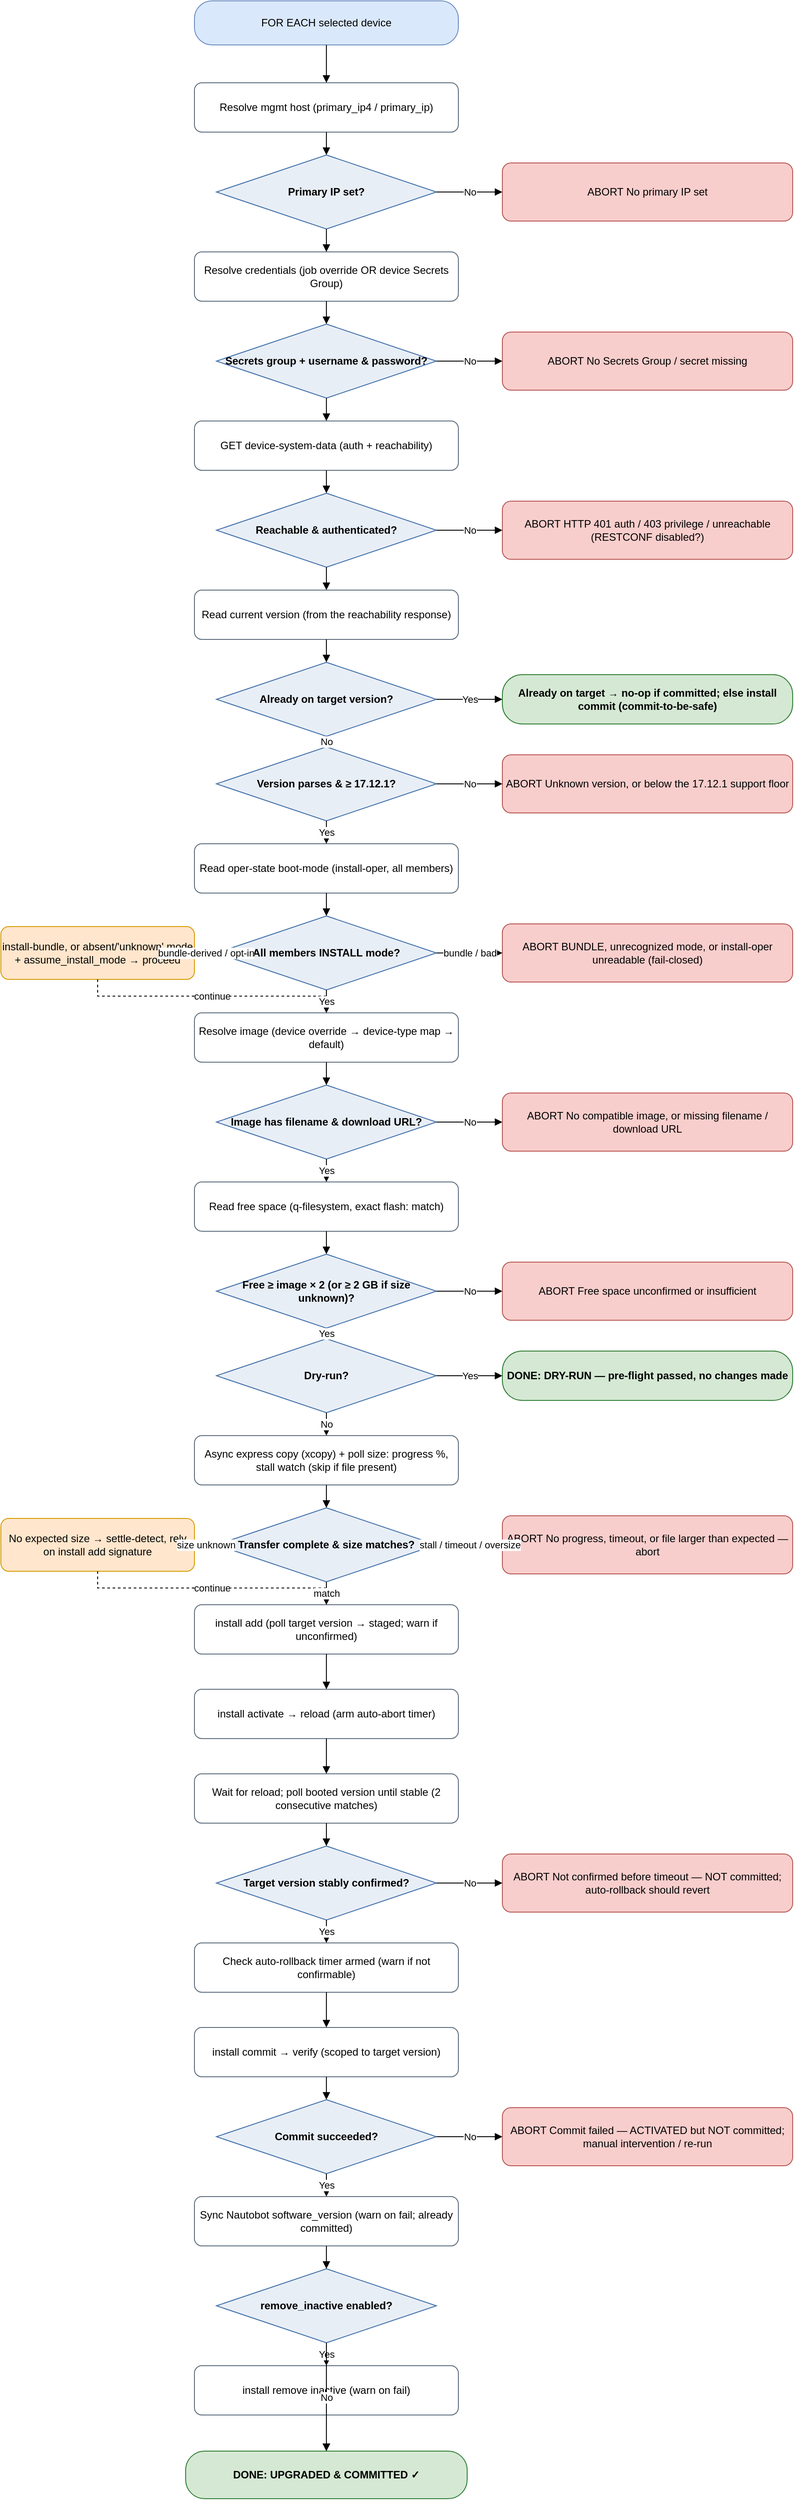
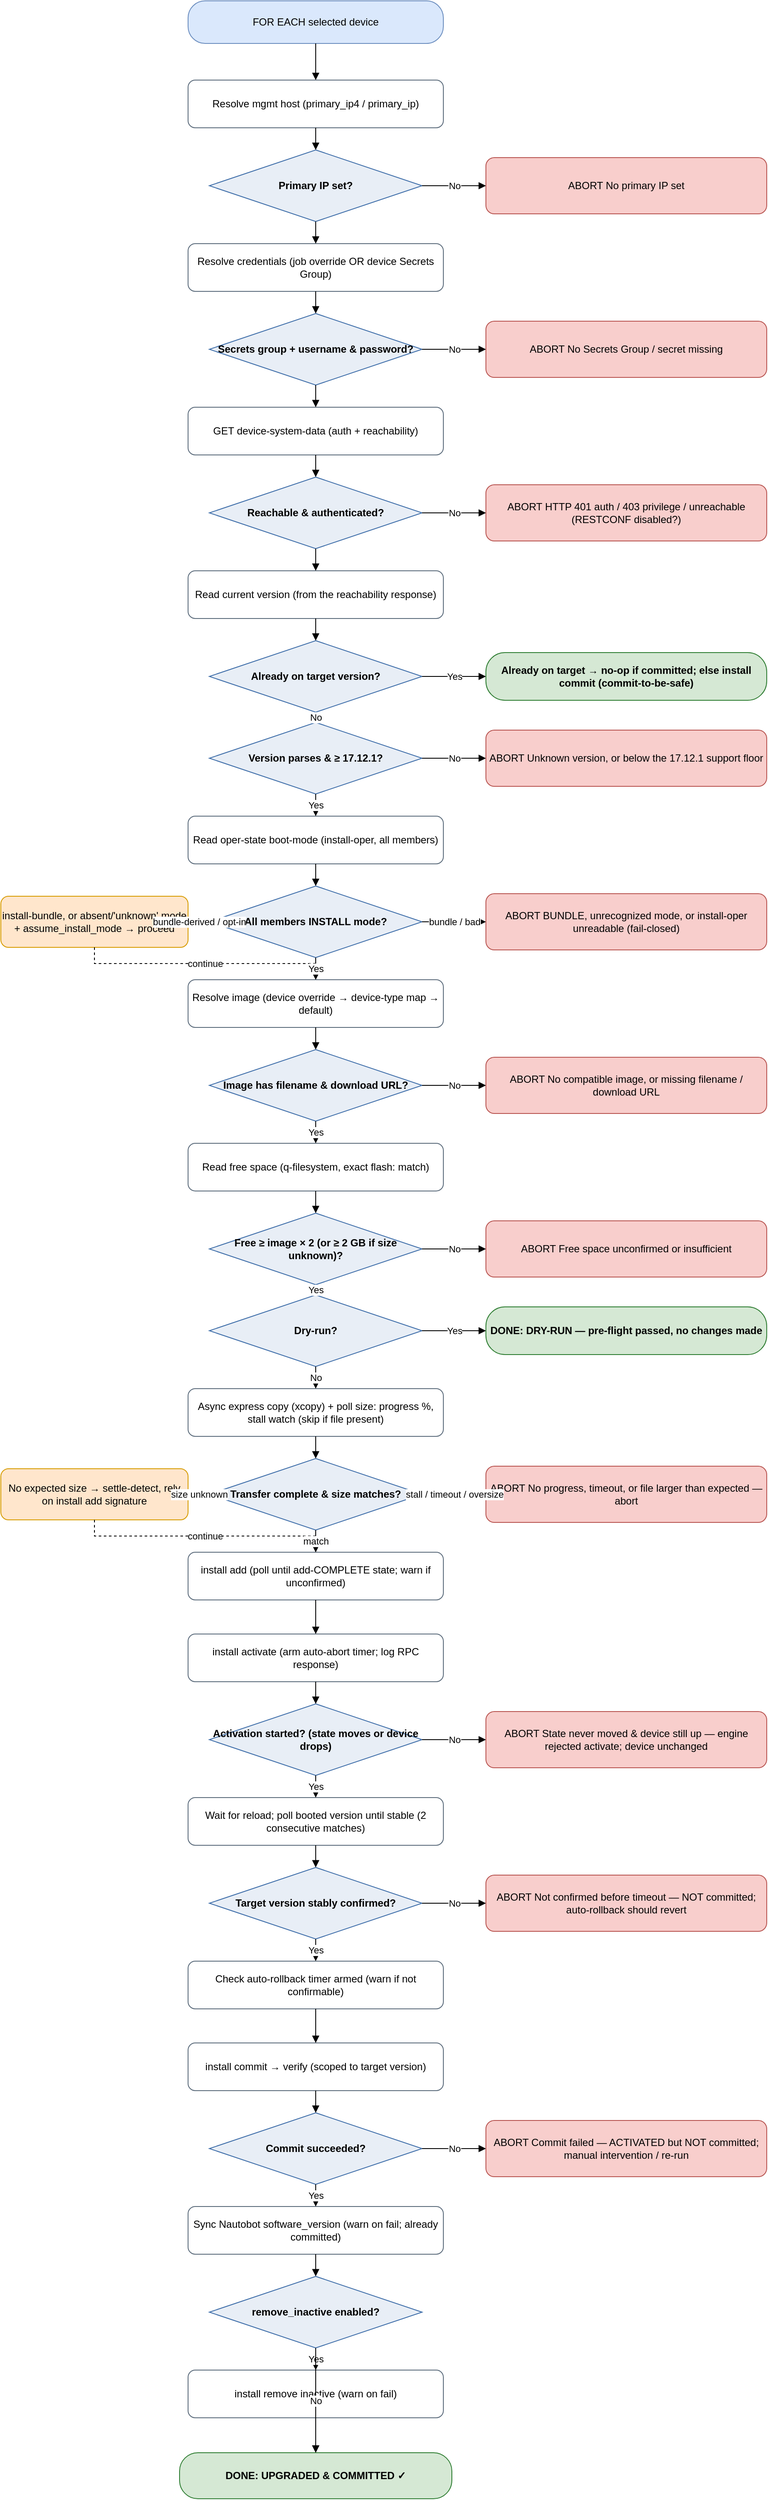
<mxfile host="app.diagrams.net" type="device">
  <diagram name="IOS-XE upgrade flow" id="iosxe-upgrade-flow">
    <mxGraphModel dx="1000" dy="2000" grid="1" gridSize="10" guides="1" tooltips="1"
        connect="1" arrows="1" fold="1" page="1" pageScale="1" math="0" shadow="0">
      <root>
        <mxCell id="0"/>
        <mxCell id="1" parent="0"/>
        <mxCell id="start" value="FOR EACH selected device" style="rounded=1;arcSize=40;whiteSpace=wrap;html=1;fillColor=#DAE8FC;strokeColor=#6C8EBF;" vertex="1" parent="1"><mxGeometry x="250" y="31" width="300" height="50" as="geometry"/></mxCell>
        <mxCell id="host" value="Resolve mgmt host&amp;#10;(primary_ip4 / primary_ip)" style="rounded=1;whiteSpace=wrap;html=1;fillColor=#FFFFFF;strokeColor=#5B6B7B;" vertex="1" parent="1"><mxGeometry x="250" y="124" width="300" height="56" as="geometry"/></mxCell>
        <mxCell id="d_ip" value="Primary IP set?" style="rhombus;whiteSpace=wrap;html=1;fillColor=#E8EEF6;strokeColor=#3C6CA8;fontStyle=1;" vertex="1" parent="1"><mxGeometry x="275" y="206" width="250" height="84" as="geometry"/></mxCell>
        <mxCell id="cred" value="Resolve credentials&amp;#10;(job override OR device Secrets Group)" style="rounded=1;whiteSpace=wrap;html=1;fillColor=#FFFFFF;strokeColor=#5B6B7B;" vertex="1" parent="1"><mxGeometry x="250" y="316" width="300" height="56" as="geometry"/></mxCell>
        <mxCell id="d_cred" value="Secrets group +&amp;#10;username &amp; password?" style="rhombus;whiteSpace=wrap;html=1;fillColor=#E8EEF6;strokeColor=#3C6CA8;fontStyle=1;" vertex="1" parent="1"><mxGeometry x="275" y="398" width="250" height="84" as="geometry"/></mxCell>
        <mxCell id="reach" value="GET device-system-data&amp;#10;(auth + reachability)" style="rounded=1;whiteSpace=wrap;html=1;fillColor=#FFFFFF;strokeColor=#5B6B7B;" vertex="1" parent="1"><mxGeometry x="250" y="508" width="300" height="56" as="geometry"/></mxCell>
        <mxCell id="d_reach" value="Reachable &amp;&amp;#10;authenticated?" style="rhombus;whiteSpace=wrap;html=1;fillColor=#E8EEF6;strokeColor=#3C6CA8;fontStyle=1;" vertex="1" parent="1"><mxGeometry x="275" y="590" width="250" height="84" as="geometry"/></mxCell>
        <mxCell id="curr" value="Read current version&amp;#10;(from the reachability response)" style="rounded=1;whiteSpace=wrap;html=1;fillColor=#FFFFFF;strokeColor=#5B6B7B;" vertex="1" parent="1"><mxGeometry x="250" y="700" width="300" height="56" as="geometry"/></mxCell>
        <mxCell id="d_target" value="Already on&amp;#10;target version?" style="rhombus;whiteSpace=wrap;html=1;fillColor=#E8EEF6;strokeColor=#3C6CA8;fontStyle=1;" vertex="1" parent="1"><mxGeometry x="275" y="782" width="250" height="84" as="geometry"/></mxCell>
        <mxCell id="d_floor" value="Version parses&amp;#10;&amp; ≥ 17.12.1?" style="rhombus;whiteSpace=wrap;html=1;fillColor=#E8EEF6;strokeColor=#3C6CA8;fontStyle=1;" vertex="1" parent="1"><mxGeometry x="275" y="878" width="250" height="84" as="geometry"/></mxCell>
        <mxCell id="mode" value="Read oper-state boot-mode&amp;#10;(install-oper, all members)" style="rounded=1;whiteSpace=wrap;html=1;fillColor=#FFFFFF;strokeColor=#5B6B7B;" vertex="1" parent="1"><mxGeometry x="250" y="988" width="300" height="56" as="geometry"/></mxCell>
        <mxCell id="d_mode" value="All members&amp;#10;INSTALL mode?" style="rhombus;whiteSpace=wrap;html=1;fillColor=#E8EEF6;strokeColor=#3C6CA8;fontStyle=1;" vertex="1" parent="1"><mxGeometry x="275" y="1070" width="250" height="84" as="geometry"/></mxCell>
        <mxCell id="img" value="Resolve image (device override →&amp;#10;device-type map → default)" style="rounded=1;whiteSpace=wrap;html=1;fillColor=#FFFFFF;strokeColor=#5B6B7B;" vertex="1" parent="1"><mxGeometry x="250" y="1180" width="300" height="56" as="geometry"/></mxCell>
        <mxCell id="d_img" value="Image has filename&amp;#10;&amp; download URL?" style="rhombus;whiteSpace=wrap;html=1;fillColor=#E8EEF6;strokeColor=#3C6CA8;fontStyle=1;" vertex="1" parent="1"><mxGeometry x="275" y="1262" width="250" height="84" as="geometry"/></mxCell>
        <mxCell id="space" value="Read free space&amp;#10;(q-filesystem, exact flash: match)" style="rounded=1;whiteSpace=wrap;html=1;fillColor=#FFFFFF;strokeColor=#5B6B7B;" vertex="1" parent="1"><mxGeometry x="250" y="1372" width="300" height="56" as="geometry"/></mxCell>
        <mxCell id="d_space" value="Free ≥ image × 2&amp;#10;(or ≥ 2 GB if size unknown)?" style="rhombus;whiteSpace=wrap;html=1;fillColor=#E8EEF6;strokeColor=#3C6CA8;fontStyle=1;" vertex="1" parent="1"><mxGeometry x="275" y="1454" width="250" height="84" as="geometry"/></mxCell>
        <mxCell id="d_dry" value="Dry-run?" style="rhombus;whiteSpace=wrap;html=1;fillColor=#E8EEF6;strokeColor=#3C6CA8;fontStyle=1;" vertex="1" parent="1"><mxGeometry x="275" y="1550" width="250" height="84" as="geometry"/></mxCell>
        <mxCell id="copy" value="Async express copy (xcopy) + poll size:&amp;#10;progress %, stall watch (skip if file present)" style="rounded=1;whiteSpace=wrap;html=1;fillColor=#FFFFFF;strokeColor=#5B6B7B;" vertex="1" parent="1"><mxGeometry x="250" y="1660" width="300" height="56" as="geometry"/></mxCell>
        <mxCell id="d_size" value="Transfer complete&amp;#10;&amp; size matches?" style="rhombus;whiteSpace=wrap;html=1;fillColor=#E8EEF6;strokeColor=#3C6CA8;fontStyle=1;" vertex="1" parent="1"><mxGeometry x="275" y="1742" width="250" height="84" as="geometry"/></mxCell>
-         <mxCell id="add" value="install add (poll target version&amp;#10;→ staged; warn if unconfirmed)" style="rounded=1;whiteSpace=wrap;html=1;fillColor=#FFFFFF;strokeColor=#5B6B7B;" vertex="1" parent="1"><mxGeometry x="250" y="1852" width="300" height="56" as="geometry"/></mxCell>
-         <mxCell id="act" value="install activate → reload&amp;#10;(arm auto-abort timer)" style="rounded=1;whiteSpace=wrap;html=1;fillColor=#FFFFFF;strokeColor=#5B6B7B;" vertex="1" parent="1"><mxGeometry x="250" y="1948" width="300" height="56" as="geometry"/></mxCell>
-         <mxCell id="waitc" value="Wait for reload; poll booted version&amp;#10;until stable (2 consecutive matches)" style="rounded=1;whiteSpace=wrap;html=1;fillColor=#FFFFFF;strokeColor=#5B6B7B;" vertex="1" parent="1"><mxGeometry x="250" y="2044" width="300" height="56" as="geometry"/></mxCell>
-         <mxCell id="d_confirm" value="Target version&amp;#10;stably confirmed?" style="rhombus;whiteSpace=wrap;html=1;fillColor=#E8EEF6;strokeColor=#3C6CA8;fontStyle=1;" vertex="1" parent="1"><mxGeometry x="275" y="2126" width="250" height="84" as="geometry"/></mxCell>
-         <mxCell id="rollbackchk" value="Check auto-rollback timer armed&amp;#10;(warn if not confirmable)" style="rounded=1;whiteSpace=wrap;html=1;fillColor=#FFFFFF;strokeColor=#5B6B7B;" vertex="1" parent="1"><mxGeometry x="250" y="2236" width="300" height="56" as="geometry"/></mxCell>
-         <mxCell id="commit" value="install commit → verify&amp;#10;(scoped to target version)" style="rounded=1;whiteSpace=wrap;html=1;fillColor=#FFFFFF;strokeColor=#5B6B7B;" vertex="1" parent="1"><mxGeometry x="250" y="2332" width="300" height="56" as="geometry"/></mxCell>
-         <mxCell id="d_commit" value="Commit&amp;#10;succeeded?" style="rhombus;whiteSpace=wrap;html=1;fillColor=#E8EEF6;strokeColor=#3C6CA8;fontStyle=1;" vertex="1" parent="1"><mxGeometry x="275" y="2414" width="250" height="84" as="geometry"/></mxCell>
-         <mxCell id="sync" value="Sync Nautobot software_version&amp;#10;(warn on fail; already committed)" style="rounded=1;whiteSpace=wrap;html=1;fillColor=#FFFFFF;strokeColor=#5B6B7B;" vertex="1" parent="1"><mxGeometry x="250" y="2524" width="300" height="56" as="geometry"/></mxCell>
-         <mxCell id="d_remove" value="remove_inactive&amp;#10;enabled?" style="rhombus;whiteSpace=wrap;html=1;fillColor=#E8EEF6;strokeColor=#3C6CA8;fontStyle=1;" vertex="1" parent="1"><mxGeometry x="275" y="2606" width="250" height="84" as="geometry"/></mxCell>
-         <mxCell id="remove" value="install remove inactive&amp;#10;(warn on fail)" style="rounded=1;whiteSpace=wrap;html=1;fillColor=#FFFFFF;strokeColor=#5B6B7B;" vertex="1" parent="1"><mxGeometry x="250" y="2716" width="300" height="56" as="geometry"/></mxCell>
-         <mxCell id="ok" value="DONE: UPGRADED &amp; COMMITTED ✓" style="rounded=1;arcSize=40;whiteSpace=wrap;html=1;fillColor=#D5E8D4;strokeColor=#2E7D32;fontStyle=1;" vertex="1" parent="1"><mxGeometry x="240" y="2813" width="320" height="54" as="geometry"/></mxCell>
+         <mxCell id="add" value="install add (poll until add-COMPLETE&amp;#10;state; warn if unconfirmed)" style="rounded=1;whiteSpace=wrap;html=1;fillColor=#FFFFFF;strokeColor=#5B6B7B;" vertex="1" parent="1"><mxGeometry x="250" y="1852" width="300" height="56" as="geometry"/></mxCell>
+         <mxCell id="act" value="install activate (arm auto-abort&amp;#10;timer; log RPC response)" style="rounded=1;whiteSpace=wrap;html=1;fillColor=#FFFFFF;strokeColor=#5B6B7B;" vertex="1" parent="1"><mxGeometry x="250" y="1948" width="300" height="56" as="geometry"/></mxCell>
+         <mxCell id="d_act" value="Activation started?&amp;#10;(state moves or device drops)" style="rhombus;whiteSpace=wrap;html=1;fillColor=#E8EEF6;strokeColor=#3C6CA8;fontStyle=1;" vertex="1" parent="1"><mxGeometry x="275" y="2030" width="250" height="84" as="geometry"/></mxCell>
+         <mxCell id="waitc" value="Wait for reload; poll booted version&amp;#10;until stable (2 consecutive matches)" style="rounded=1;whiteSpace=wrap;html=1;fillColor=#FFFFFF;strokeColor=#5B6B7B;" vertex="1" parent="1"><mxGeometry x="250" y="2140" width="300" height="56" as="geometry"/></mxCell>
+         <mxCell id="d_confirm" value="Target version&amp;#10;stably confirmed?" style="rhombus;whiteSpace=wrap;html=1;fillColor=#E8EEF6;strokeColor=#3C6CA8;fontStyle=1;" vertex="1" parent="1"><mxGeometry x="275" y="2222" width="250" height="84" as="geometry"/></mxCell>
+         <mxCell id="rollbackchk" value="Check auto-rollback timer armed&amp;#10;(warn if not confirmable)" style="rounded=1;whiteSpace=wrap;html=1;fillColor=#FFFFFF;strokeColor=#5B6B7B;" vertex="1" parent="1"><mxGeometry x="250" y="2332" width="300" height="56" as="geometry"/></mxCell>
+         <mxCell id="commit" value="install commit → verify&amp;#10;(scoped to target version)" style="rounded=1;whiteSpace=wrap;html=1;fillColor=#FFFFFF;strokeColor=#5B6B7B;" vertex="1" parent="1"><mxGeometry x="250" y="2428" width="300" height="56" as="geometry"/></mxCell>
+         <mxCell id="d_commit" value="Commit&amp;#10;succeeded?" style="rhombus;whiteSpace=wrap;html=1;fillColor=#E8EEF6;strokeColor=#3C6CA8;fontStyle=1;" vertex="1" parent="1"><mxGeometry x="275" y="2510" width="250" height="84" as="geometry"/></mxCell>
+         <mxCell id="sync" value="Sync Nautobot software_version&amp;#10;(warn on fail; already committed)" style="rounded=1;whiteSpace=wrap;html=1;fillColor=#FFFFFF;strokeColor=#5B6B7B;" vertex="1" parent="1"><mxGeometry x="250" y="2620" width="300" height="56" as="geometry"/></mxCell>
+         <mxCell id="d_remove" value="remove_inactive&amp;#10;enabled?" style="rhombus;whiteSpace=wrap;html=1;fillColor=#E8EEF6;strokeColor=#3C6CA8;fontStyle=1;" vertex="1" parent="1"><mxGeometry x="275" y="2702" width="250" height="84" as="geometry"/></mxCell>
+         <mxCell id="remove" value="install remove inactive&amp;#10;(warn on fail)" style="rounded=1;whiteSpace=wrap;html=1;fillColor=#FFFFFF;strokeColor=#5B6B7B;" vertex="1" parent="1"><mxGeometry x="250" y="2812" width="300" height="56" as="geometry"/></mxCell>
+         <mxCell id="ok" value="DONE: UPGRADED &amp; COMMITTED ✓" style="rounded=1;arcSize=40;whiteSpace=wrap;html=1;fillColor=#D5E8D4;strokeColor=#2E7D32;fontStyle=1;" vertex="1" parent="1"><mxGeometry x="240" y="2909" width="320" height="54" as="geometry"/></mxCell>
        <mxCell id="d_ip_abort" value="ABORT&amp;#10;No primary IP set" style="rounded=1;whiteSpace=wrap;html=1;fillColor=#F8CECC;strokeColor=#B85450;" vertex="1" parent="1"><mxGeometry x="600" y="215" width="330" height="66" as="geometry"/></mxCell>
        <mxCell id="d_cred_abort" value="ABORT&amp;#10;No Secrets Group / secret missing" style="rounded=1;whiteSpace=wrap;html=1;fillColor=#F8CECC;strokeColor=#B85450;" vertex="1" parent="1"><mxGeometry x="600" y="407" width="330" height="66" as="geometry"/></mxCell>
        <mxCell id="d_reach_abort" value="ABORT&amp;#10;HTTP 401 auth / 403 privilege /&amp;#10;unreachable (RESTCONF disabled?)" style="rounded=1;whiteSpace=wrap;html=1;fillColor=#F8CECC;strokeColor=#B85450;" vertex="1" parent="1"><mxGeometry x="600" y="599" width="330" height="66" as="geometry"/></mxCell>
        <mxCell id="d_target_ok" value="Already on target → no-op if committed;&amp;#10;else install commit (commit-to-be-safe)" style="rounded=1;arcSize=40;whiteSpace=wrap;html=1;fillColor=#D5E8D4;strokeColor=#2E7D32;fontStyle=1;" vertex="1" parent="1"><mxGeometry x="600" y="796" width="330" height="56" as="geometry"/></mxCell>
        <mxCell id="d_floor_abort" value="ABORT&amp;#10;Unknown version, or below the&amp;#10;17.12.1 support floor" style="rounded=1;whiteSpace=wrap;html=1;fillColor=#F8CECC;strokeColor=#B85450;" vertex="1" parent="1"><mxGeometry x="600" y="887" width="330" height="66" as="geometry"/></mxCell>
        <mxCell id="d_mode_abort" value="ABORT&amp;#10;BUNDLE, unrecognized mode, or&amp;#10;install-oper unreadable (fail-closed)" style="rounded=1;whiteSpace=wrap;html=1;fillColor=#F8CECC;strokeColor=#B85450;" vertex="1" parent="1"><mxGeometry x="600" y="1079" width="330" height="66" as="geometry"/></mxCell>
        <mxCell id="d_mode_warn" value="install-bundle, or absent/&#x27;unknown&#x27;&amp;#10;mode + assume_install_mode → proceed" style="rounded=1;whiteSpace=wrap;html=1;fillColor=#FFE6CC;strokeColor=#D79B00;" vertex="1" parent="1"><mxGeometry x="30" y="1082" width="220" height="60" as="geometry"/></mxCell>
        <mxCell id="d_img_abort" value="ABORT&amp;#10;No compatible image, or missing&amp;#10;filename / download URL" style="rounded=1;whiteSpace=wrap;html=1;fillColor=#F8CECC;strokeColor=#B85450;" vertex="1" parent="1"><mxGeometry x="600" y="1271" width="330" height="66" as="geometry"/></mxCell>
        <mxCell id="d_space_abort" value="ABORT&amp;#10;Free space unconfirmed or&amp;#10;insufficient" style="rounded=1;whiteSpace=wrap;html=1;fillColor=#F8CECC;strokeColor=#B85450;" vertex="1" parent="1"><mxGeometry x="600" y="1463" width="330" height="66" as="geometry"/></mxCell>
        <mxCell id="d_dry_ok" value="DONE: DRY-RUN — pre-flight&amp;#10;passed, no changes made" style="rounded=1;arcSize=40;whiteSpace=wrap;html=1;fillColor=#D5E8D4;strokeColor=#2E7D32;fontStyle=1;" vertex="1" parent="1"><mxGeometry x="600" y="1564" width="330" height="56" as="geometry"/></mxCell>
        <mxCell id="d_size_abort" value="ABORT&amp;#10;No progress, timeout, or file&amp;#10;larger than expected — abort" style="rounded=1;whiteSpace=wrap;html=1;fillColor=#F8CECC;strokeColor=#B85450;" vertex="1" parent="1"><mxGeometry x="600" y="1751" width="330" height="66" as="geometry"/></mxCell>
        <mxCell id="d_size_warn" value="No expected size → settle-detect,&amp;#10;rely on install add signature" style="rounded=1;whiteSpace=wrap;html=1;fillColor=#FFE6CC;strokeColor=#D79B00;" vertex="1" parent="1"><mxGeometry x="30" y="1754" width="220" height="60" as="geometry"/></mxCell>
-         <mxCell id="d_confirm_abort" value="ABORT&amp;#10;Not confirmed before timeout — NOT&amp;#10;committed; auto-rollback should revert" style="rounded=1;whiteSpace=wrap;html=1;fillColor=#F8CECC;strokeColor=#B85450;" vertex="1" parent="1"><mxGeometry x="600" y="2135" width="330" height="66" as="geometry"/></mxCell>
-         <mxCell id="d_commit_abort" value="ABORT&amp;#10;Commit failed — ACTIVATED but NOT&amp;#10;committed; manual intervention / re-run" style="rounded=1;whiteSpace=wrap;html=1;fillColor=#F8CECC;strokeColor=#B85450;" vertex="1" parent="1"><mxGeometry x="600" y="2423" width="330" height="66" as="geometry"/></mxCell>
+         <mxCell id="d_act_abort" value="ABORT&amp;#10;State never moved &amp; device still up —&amp;#10;engine rejected activate; device unchanged" style="rounded=1;whiteSpace=wrap;html=1;fillColor=#F8CECC;strokeColor=#B85450;" vertex="1" parent="1"><mxGeometry x="600" y="2039" width="330" height="66" as="geometry"/></mxCell>
+         <mxCell id="d_confirm_abort" value="ABORT&amp;#10;Not confirmed before timeout — NOT&amp;#10;committed; auto-rollback should revert" style="rounded=1;whiteSpace=wrap;html=1;fillColor=#F8CECC;strokeColor=#B85450;" vertex="1" parent="1"><mxGeometry x="600" y="2231" width="330" height="66" as="geometry"/></mxCell>
+         <mxCell id="d_commit_abort" value="ABORT&amp;#10;Commit failed — ACTIVATED but NOT&amp;#10;committed; manual intervention / re-run" style="rounded=1;whiteSpace=wrap;html=1;fillColor=#F8CECC;strokeColor=#B85450;" vertex="1" parent="1"><mxGeometry x="600" y="2519" width="330" height="66" as="geometry"/></mxCell>
        <mxCell id="e_d_ip_abort" value="No" style="edgeStyle=orthogonalEdgeStyle;rounded=0;html=1;endArrow=block;" edge="1" parent="1" source="d_ip" target="d_ip_abort"><mxGeometry relative="1" as="geometry"/></mxCell>
        <mxCell id="e_d_cred_abort" value="No" style="edgeStyle=orthogonalEdgeStyle;rounded=0;html=1;endArrow=block;" edge="1" parent="1" source="d_cred" target="d_cred_abort"><mxGeometry relative="1" as="geometry"/></mxCell>
        <mxCell id="e_d_reach_abort" value="No" style="edgeStyle=orthogonalEdgeStyle;rounded=0;html=1;endArrow=block;" edge="1" parent="1" source="d_reach" target="d_reach_abort"><mxGeometry relative="1" as="geometry"/></mxCell>
        <mxCell id="e_d_target_ok" value="Yes" style="edgeStyle=orthogonalEdgeStyle;rounded=0;html=1;endArrow=block;" edge="1" parent="1" source="d_target" target="d_target_ok"><mxGeometry relative="1" as="geometry"/></mxCell>
        <mxCell id="e_d_floor_abort" value="No" style="edgeStyle=orthogonalEdgeStyle;rounded=0;html=1;endArrow=block;" edge="1" parent="1" source="d_floor" target="d_floor_abort"><mxGeometry relative="1" as="geometry"/></mxCell>
        <mxCell id="e_d_mode_abort" value="bundle / bad" style="edgeStyle=orthogonalEdgeStyle;rounded=0;html=1;endArrow=block;" edge="1" parent="1" source="d_mode" target="d_mode_abort"><mxGeometry relative="1" as="geometry"/></mxCell>
        <mxCell id="e_d_mode_warn" value="bundle-derived /
opt-in" style="edgeStyle=orthogonalEdgeStyle;rounded=0;html=1;endArrow=block;" edge="1" parent="1" source="d_mode" target="d_mode_warn"><mxGeometry relative="1" as="geometry"/></mxCell>
        <mxCell id="e_d_mode_warn_join" value="continue" style="edgeStyle=orthogonalEdgeStyle;rounded=0;html=1;endArrow=block;dashed=1;" edge="1" parent="1" source="d_mode_warn" target="img"><mxGeometry relative="1" as="geometry"/></mxCell>
        <mxCell id="e_d_img_abort" value="No" style="edgeStyle=orthogonalEdgeStyle;rounded=0;html=1;endArrow=block;" edge="1" parent="1" source="d_img" target="d_img_abort"><mxGeometry relative="1" as="geometry"/></mxCell>
        <mxCell id="e_d_space_abort" value="No" style="edgeStyle=orthogonalEdgeStyle;rounded=0;html=1;endArrow=block;" edge="1" parent="1" source="d_space" target="d_space_abort"><mxGeometry relative="1" as="geometry"/></mxCell>
        <mxCell id="e_d_dry_ok" value="Yes" style="edgeStyle=orthogonalEdgeStyle;rounded=0;html=1;endArrow=block;" edge="1" parent="1" source="d_dry" target="d_dry_ok"><mxGeometry relative="1" as="geometry"/></mxCell>
        <mxCell id="e_d_size_abort" value="stall / timeout /
oversize" style="edgeStyle=orthogonalEdgeStyle;rounded=0;html=1;endArrow=block;" edge="1" parent="1" source="d_size" target="d_size_abort"><mxGeometry relative="1" as="geometry"/></mxCell>
        <mxCell id="e_d_size_warn" value="size unknown" style="edgeStyle=orthogonalEdgeStyle;rounded=0;html=1;endArrow=block;" edge="1" parent="1" source="d_size" target="d_size_warn"><mxGeometry relative="1" as="geometry"/></mxCell>
        <mxCell id="e_d_size_warn_join" value="continue" style="edgeStyle=orthogonalEdgeStyle;rounded=0;html=1;endArrow=block;dashed=1;" edge="1" parent="1" source="d_size_warn" target="add"><mxGeometry relative="1" as="geometry"/></mxCell>
+         <mxCell id="e_d_act_abort" value="No" style="edgeStyle=orthogonalEdgeStyle;rounded=0;html=1;endArrow=block;" edge="1" parent="1" source="d_act" target="d_act_abort"><mxGeometry relative="1" as="geometry"/></mxCell>
        <mxCell id="e_d_confirm_abort" value="No" style="edgeStyle=orthogonalEdgeStyle;rounded=0;html=1;endArrow=block;" edge="1" parent="1" source="d_confirm" target="d_confirm_abort"><mxGeometry relative="1" as="geometry"/></mxCell>
        <mxCell id="e_d_commit_abort" value="No" style="edgeStyle=orthogonalEdgeStyle;rounded=0;html=1;endArrow=block;" edge="1" parent="1" source="d_commit" target="d_commit_abort"><mxGeometry relative="1" as="geometry"/></mxCell>
        <mxCell id="e_start_host" value="" style="edgeStyle=orthogonalEdgeStyle;rounded=0;html=1;endArrow=block;" edge="1" parent="1" source="start" target="host"><mxGeometry relative="1" as="geometry"/></mxCell>
        <mxCell id="e_host_d_ip" value="" style="edgeStyle=orthogonalEdgeStyle;rounded=0;html=1;endArrow=block;" edge="1" parent="1" source="host" target="d_ip"><mxGeometry relative="1" as="geometry"/></mxCell>
        <mxCell id="e_d_ip_cred" value="" style="edgeStyle=orthogonalEdgeStyle;rounded=0;html=1;endArrow=block;" edge="1" parent="1" source="d_ip" target="cred"><mxGeometry relative="1" as="geometry"/></mxCell>
        <mxCell id="e_cred_d_cred" value="" style="edgeStyle=orthogonalEdgeStyle;rounded=0;html=1;endArrow=block;" edge="1" parent="1" source="cred" target="d_cred"><mxGeometry relative="1" as="geometry"/></mxCell>
        <mxCell id="e_d_cred_reach" value="" style="edgeStyle=orthogonalEdgeStyle;rounded=0;html=1;endArrow=block;" edge="1" parent="1" source="d_cred" target="reach"><mxGeometry relative="1" as="geometry"/></mxCell>
        <mxCell id="e_reach_d_reach" value="" style="edgeStyle=orthogonalEdgeStyle;rounded=0;html=1;endArrow=block;" edge="1" parent="1" source="reach" target="d_reach"><mxGeometry relative="1" as="geometry"/></mxCell>
        <mxCell id="e_d_reach_curr" value="" style="edgeStyle=orthogonalEdgeStyle;rounded=0;html=1;endArrow=block;" edge="1" parent="1" source="d_reach" target="curr"><mxGeometry relative="1" as="geometry"/></mxCell>
        <mxCell id="e_curr_d_target" value="" style="edgeStyle=orthogonalEdgeStyle;rounded=0;html=1;endArrow=block;" edge="1" parent="1" source="curr" target="d_target"><mxGeometry relative="1" as="geometry"/></mxCell>
        <mxCell id="e_d_target_d_floor" value="No" style="edgeStyle=orthogonalEdgeStyle;rounded=0;html=1;endArrow=block;" edge="1" parent="1" source="d_target" target="d_floor"><mxGeometry relative="1" as="geometry"/></mxCell>
        <mxCell id="e_d_floor_mode" value="Yes" style="edgeStyle=orthogonalEdgeStyle;rounded=0;html=1;endArrow=block;" edge="1" parent="1" source="d_floor" target="mode"><mxGeometry relative="1" as="geometry"/></mxCell>
        <mxCell id="e_mode_d_mode" value="" style="edgeStyle=orthogonalEdgeStyle;rounded=0;html=1;endArrow=block;" edge="1" parent="1" source="mode" target="d_mode"><mxGeometry relative="1" as="geometry"/></mxCell>
        <mxCell id="e_d_mode_img" value="Yes" style="edgeStyle=orthogonalEdgeStyle;rounded=0;html=1;endArrow=block;" edge="1" parent="1" source="d_mode" target="img"><mxGeometry relative="1" as="geometry"/></mxCell>
        <mxCell id="e_img_d_img" value="" style="edgeStyle=orthogonalEdgeStyle;rounded=0;html=1;endArrow=block;" edge="1" parent="1" source="img" target="d_img"><mxGeometry relative="1" as="geometry"/></mxCell>
        <mxCell id="e_d_img_space" value="Yes" style="edgeStyle=orthogonalEdgeStyle;rounded=0;html=1;endArrow=block;" edge="1" parent="1" source="d_img" target="space"><mxGeometry relative="1" as="geometry"/></mxCell>
        <mxCell id="e_space_d_space" value="" style="edgeStyle=orthogonalEdgeStyle;rounded=0;html=1;endArrow=block;" edge="1" parent="1" source="space" target="d_space"><mxGeometry relative="1" as="geometry"/></mxCell>
        <mxCell id="e_d_space_d_dry" value="Yes" style="edgeStyle=orthogonalEdgeStyle;rounded=0;html=1;endArrow=block;" edge="1" parent="1" source="d_space" target="d_dry"><mxGeometry relative="1" as="geometry"/></mxCell>
        <mxCell id="e_d_dry_copy" value="No" style="edgeStyle=orthogonalEdgeStyle;rounded=0;html=1;endArrow=block;" edge="1" parent="1" source="d_dry" target="copy"><mxGeometry relative="1" as="geometry"/></mxCell>
        <mxCell id="e_copy_d_size" value="" style="edgeStyle=orthogonalEdgeStyle;rounded=0;html=1;endArrow=block;" edge="1" parent="1" source="copy" target="d_size"><mxGeometry relative="1" as="geometry"/></mxCell>
        <mxCell id="e_d_size_add" value="match" style="edgeStyle=orthogonalEdgeStyle;rounded=0;html=1;endArrow=block;" edge="1" parent="1" source="d_size" target="add"><mxGeometry relative="1" as="geometry"/></mxCell>
        <mxCell id="e_add_act" value="" style="edgeStyle=orthogonalEdgeStyle;rounded=0;html=1;endArrow=block;" edge="1" parent="1" source="add" target="act"><mxGeometry relative="1" as="geometry"/></mxCell>
-         <mxCell id="e_act_waitc" value="" style="edgeStyle=orthogonalEdgeStyle;rounded=0;html=1;endArrow=block;" edge="1" parent="1" source="act" target="waitc"><mxGeometry relative="1" as="geometry"/></mxCell>
+         <mxCell id="e_act_d_act" value="" style="edgeStyle=orthogonalEdgeStyle;rounded=0;html=1;endArrow=block;" edge="1" parent="1" source="act" target="d_act"><mxGeometry relative="1" as="geometry"/></mxCell>
+         <mxCell id="e_d_act_waitc" value="Yes" style="edgeStyle=orthogonalEdgeStyle;rounded=0;html=1;endArrow=block;" edge="1" parent="1" source="d_act" target="waitc"><mxGeometry relative="1" as="geometry"/></mxCell>
        <mxCell id="e_waitc_d_confirm" value="" style="edgeStyle=orthogonalEdgeStyle;rounded=0;html=1;endArrow=block;" edge="1" parent="1" source="waitc" target="d_confirm"><mxGeometry relative="1" as="geometry"/></mxCell>
        <mxCell id="e_d_confirm_rollbackchk" value="Yes" style="edgeStyle=orthogonalEdgeStyle;rounded=0;html=1;endArrow=block;" edge="1" parent="1" source="d_confirm" target="rollbackchk"><mxGeometry relative="1" as="geometry"/></mxCell>
        <mxCell id="e_rollbackchk_commit" value="" style="edgeStyle=orthogonalEdgeStyle;rounded=0;html=1;endArrow=block;" edge="1" parent="1" source="rollbackchk" target="commit"><mxGeometry relative="1" as="geometry"/></mxCell>
        <mxCell id="e_commit_d_commit" value="" style="edgeStyle=orthogonalEdgeStyle;rounded=0;html=1;endArrow=block;" edge="1" parent="1" source="commit" target="d_commit"><mxGeometry relative="1" as="geometry"/></mxCell>
        <mxCell id="e_d_commit_sync" value="Yes" style="edgeStyle=orthogonalEdgeStyle;rounded=0;html=1;endArrow=block;" edge="1" parent="1" source="d_commit" target="sync"><mxGeometry relative="1" as="geometry"/></mxCell>
        <mxCell id="e_sync_d_remove" value="" style="edgeStyle=orthogonalEdgeStyle;rounded=0;html=1;endArrow=block;" edge="1" parent="1" source="sync" target="d_remove"><mxGeometry relative="1" as="geometry"/></mxCell>
        <mxCell id="e_remove_yes" value="Yes" style="edgeStyle=orthogonalEdgeStyle;rounded=0;html=1;endArrow=block;" edge="1" parent="1" source="d_remove" target="remove"><mxGeometry relative="1" as="geometry"/></mxCell>
        <mxCell id="e_remove_ok" value="" style="edgeStyle=orthogonalEdgeStyle;rounded=0;html=1;endArrow=block;" edge="1" parent="1" source="remove" target="ok"><mxGeometry relative="1" as="geometry"/></mxCell>
        <mxCell id="e_remove_no" value="No" style="edgeStyle=orthogonalEdgeStyle;rounded=0;html=1;endArrow=block;" edge="1" parent="1" source="d_remove" target="ok"><mxGeometry relative="1" as="geometry"/></mxCell>
      </root>
    </mxGraphModel>
  </diagram>
</mxfile>
